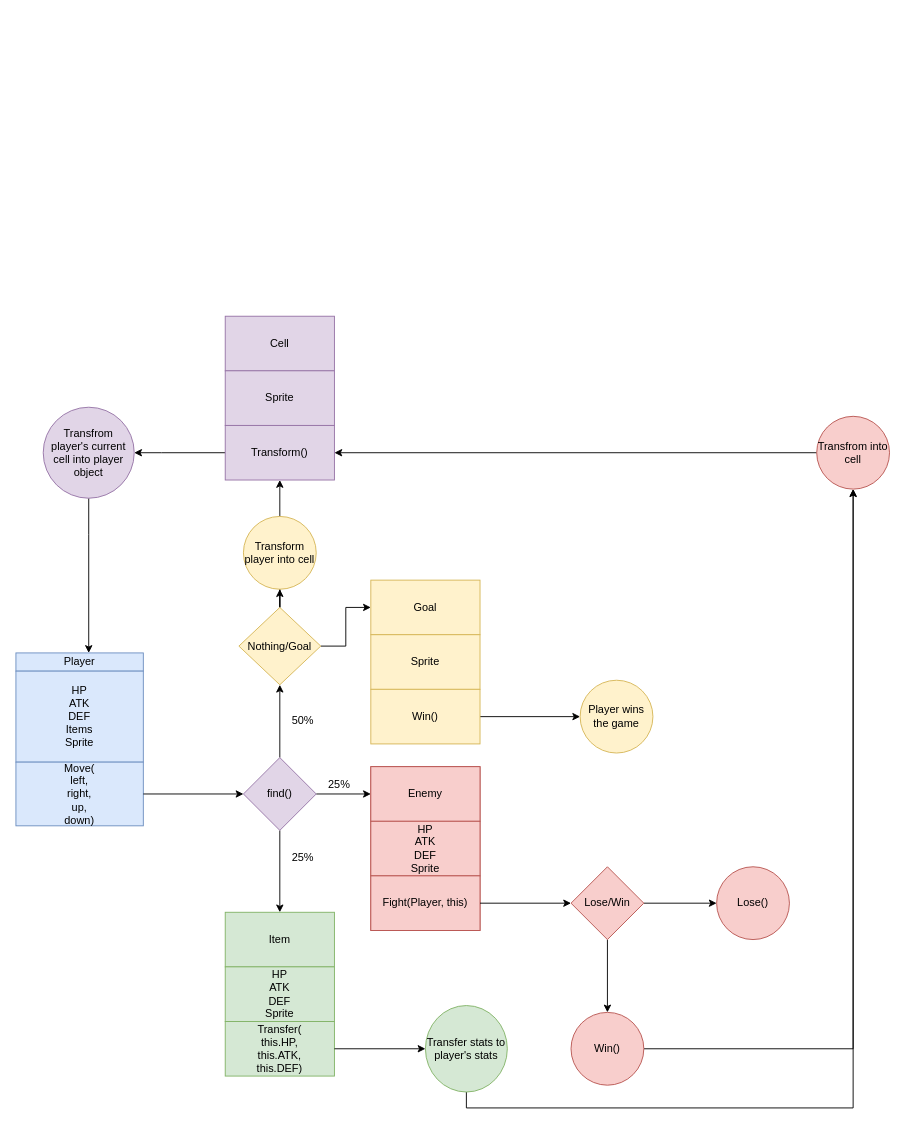
This is Untitled Diagram.drawio from bombasticman/rpgGame, a draw.io file, before an edit. Source tidied: cells renumbered, new cells numbered last; positions are measured from the earlier drawing's top-left corner, leaving out a move shared by most shapes. Both pictures are drawn from the tidied source at 91%, with x=0, y=0 at pixel (15, 316).
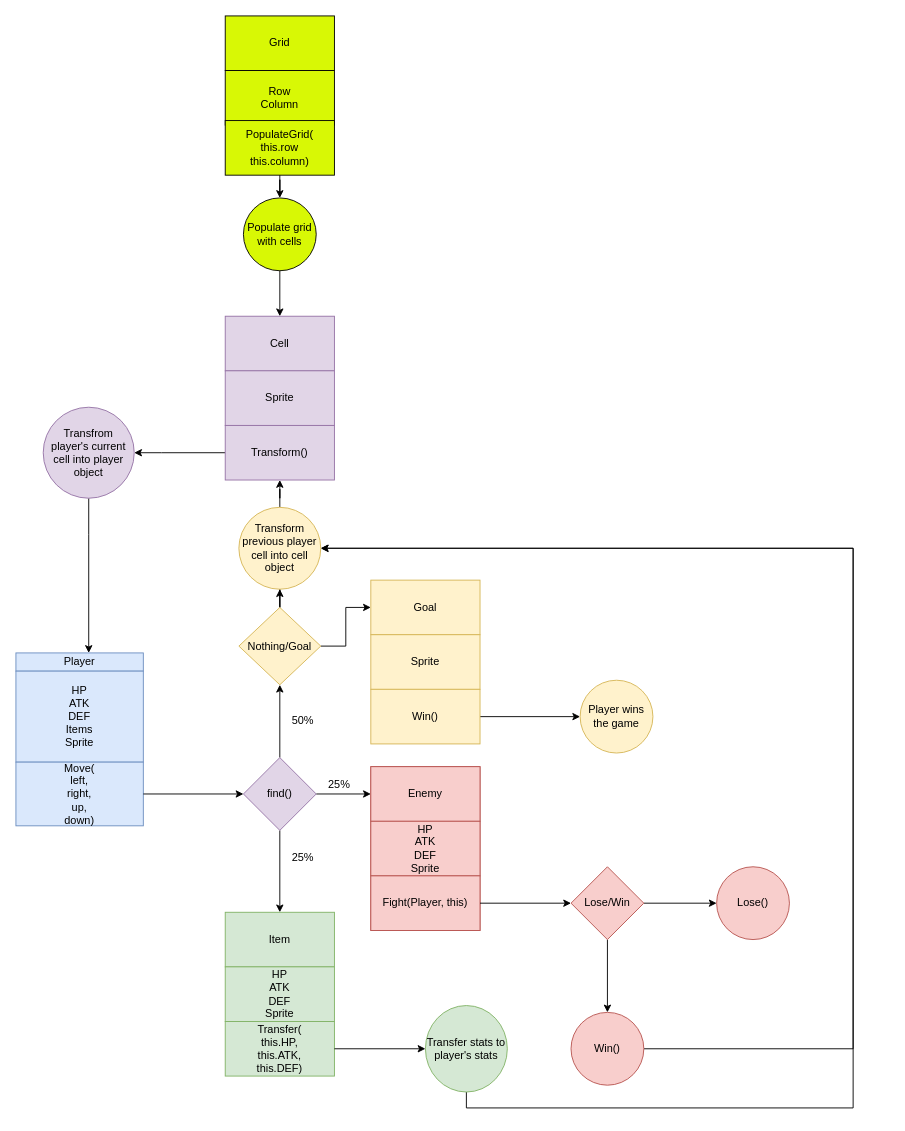
The same diagram, later.

Unchanged cells that the change refers to:
```xml
<mxCell id="26" value="Transfer stats to player's stats" style="ellipse;whiteSpace=wrap;html=1;fillColor=#d5e8d4;strokeColor=#82b366;rounded=0;" parent="1" vertex="1">
  <mxGeometry x="450" y="757.5" width="90" height="95" as="geometry" />
</mxCell>
<mxCell id="35" value="Win()" style="ellipse;whiteSpace=wrap;html=1;fillColor=#f8cecc;strokeColor=#b85450;rounded=0;" parent="1" vertex="1">
  <mxGeometry x="610" y="765" width="80" height="80" as="geometry" />
</mxCell>
<mxCell id="45" value="Cell" style="rounded=0;whiteSpace=wrap;html=1;glass=0;fillColor=#e1d5e7;strokeColor=#9673a6;" parent="44" vertex="1">
  <mxGeometry width="120" height="60" as="geometry" />
</mxCell>
<mxCell id="47" value="Transform()" style="rounded=0;whiteSpace=wrap;html=1;glass=0;fillColor=#e1d5e7;strokeColor=#9673a6;" parent="44" vertex="1">
  <mxGeometry y="120" width="120" height="60" as="geometry" />
</mxCell>
```

The edit, as a diff of the source:
```diff
@@
-    <mxCell id="25" style="edgeStyle=orthogonalEdgeStyle;rounded=0;jettySize=auto;html=1;entryX=0.5;entryY=1;entryDx=0;entryDy=0;" parent="1" edge="1" source="26" target="41">
+    <mxCell id="25" style="edgeStyle=orthogonalEdgeStyle;rounded=0;jettySize=auto;html=1;entryX=1;entryY=0.5;entryDx=0;entryDy=0;" parent="1" edge="1" source="26" target="43">
       <mxGeometry relative="1" as="geometry">
         <Array as="points">
           <mxPoint x="495" y="870" />
           <mxPoint x="920" y="870" />
+          <mxPoint x="920" y="255" />
         </Array>
       </mxGeometry>
     </mxCell>
@@
-    <mxCell id="34" style="edgeStyle=orthogonalEdgeStyle;rounded=0;jettySize=auto;html=1;" parent="1" edge="1" source="35" target="41">
-      <mxGeometry relative="1" as="geometry" />
+    <mxCell id="34" style="edgeStyle=orthogonalEdgeStyle;rounded=0;jettySize=auto;html=1;entryX=1;entryY=0.5;entryDx=0;entryDy=0;" parent="1" edge="1" source="35" target="43">
+      <mxGeometry relative="1" as="geometry">
+        <Array as="points">
+          <mxPoint x="920" y="805" />
+          <mxPoint x="920" y="255" />
+        </Array>
+      </mxGeometry>
     </mxCell>
@@
-    <mxCell id="40" style="edgeStyle=orthogonalEdgeStyle;rounded=0;jettySize=auto;html=1;entryX=1;entryY=0.5;entryDx=0;entryDy=0;" parent="1" edge="1" source="41" target="47">
-      <mxGeometry relative="1" as="geometry" />
-    </mxCell>
-    <mxCell id="41" value="Transfrom into cell" style="ellipse;whiteSpace=wrap;html=1;fillColor=#f8cecc;strokeColor=#b85450;rounded=0;" parent="1" vertex="1">
-      <mxGeometry x="880" y="110" width="80" height="80" as="geometry" />
-    </mxCell>
@@
-    <mxCell id="43" value="Transform player into cell" style="ellipse;whiteSpace=wrap;html=1;fillColor=#fff2cc;strokeColor=#d6b656;rounded=0;" parent="1" vertex="1">
-      <mxGeometry x="250" y="220" width="80" height="80" as="geometry" />
+    <mxCell id="43" value="Transform previous player cell into cell object" style="ellipse;whiteSpace=wrap;html=1;fillColor=#fff2cc;strokeColor=#d6b656;rounded=0;" parent="1" vertex="1">
+      <mxGeometry x="245" y="210" width="90" height="90" as="geometry" />
     </mxCell>
@@
+    <mxCell id="52" style="group;" parent="1" vertex="1">
+      <mxGeometry x="230" y="-330" width="120" height="780" as="geometry" />
+    </mxCell>
+    <mxCell id="53" value="Row&lt;br&gt;Column" style="rounded=0;whiteSpace=wrap;html=1;glass=0;fillColor=#D8F805;" parent="52" vertex="1">
+      <mxGeometry y="60" width="120" height="60" as="geometry" />
+    </mxCell>
+    <mxCell id="54" value="Grid" style="rounded=0;whiteSpace=wrap;html=1;glass=0;fillColor=#D8F805;" parent="52" vertex="1">
+      <mxGeometry width="120" height="60" as="geometry" />
+    </mxCell>
+    <mxCell id="55" value="PopulateGrid(&lt;br&gt;this.row&lt;br&gt;this.column)" style="rounded=0;whiteSpace=wrap;html=1;glass=0;fillColor=#D8F805;" parent="52" vertex="1">
+      <mxGeometry y="115" width="120" height="60" as="geometry" />
+    </mxCell>
+    <mxCell id="56" value="Populate grid with cells" style="ellipse;whiteSpace=wrap;html=1;fillColor=#D8F805;rounded=0;glass=0;" parent="52" vertex="1">
+      <mxGeometry x="20" y="200" width="80" height="80" as="geometry" />
+    </mxCell>
+    <mxCell id="57" style="edgeStyle=orthogonalEdgeStyle;rounded=0;jettySize=auto;html=1;" parent="52" edge="1" source="55" target="56">
+      <mxGeometry relative="1" as="geometry" />
+    </mxCell>
+    <mxCell id="58" style="edgeStyle=orthogonalEdgeStyle;rounded=0;jettySize=auto;html=1;entryX=0.5;entryY=0;entryDx=0;entryDy=0;" parent="1" edge="1" source="56" target="45">
+      <mxGeometry relative="1" as="geometry" />
+    </mxCell>
```
